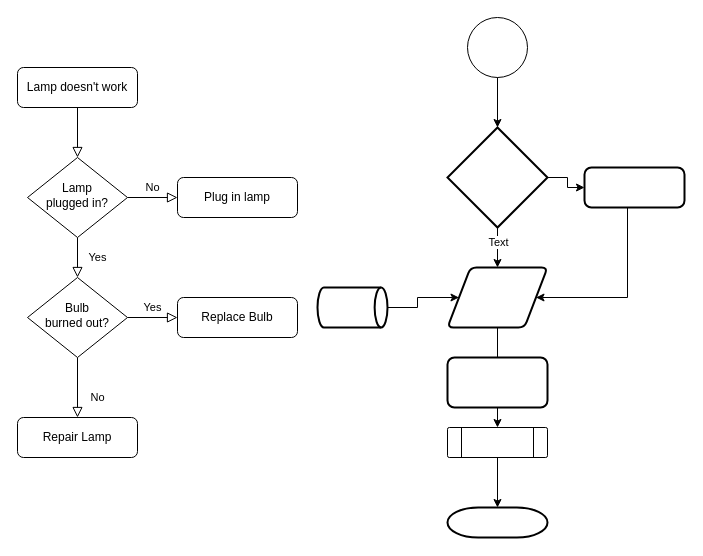
Before: Untitled Diagram.drawio in Sabapathy80/explore-flowcharts, a draw.io diagram. Source tidied: cells renumbered, new cells numbered last; positions are measured from the earlier drawing's top-left corner, leaving out a move shared by most shapes. Both pictures are drawn from the tidied source at 100%, with x=0, y=0 at pixel (17, 17).
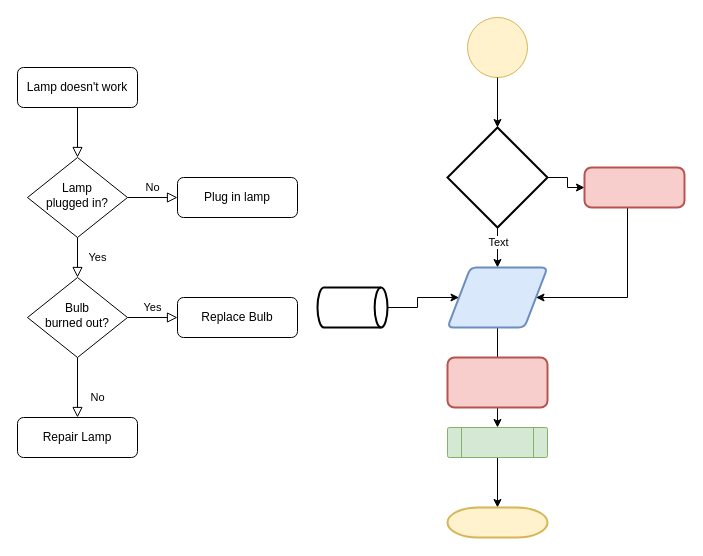
The same page after the edit.

Change to the diagram source:
```diff
@@
-    <mxCell id="13" style="verticalLabelPosition=bottom;verticalAlign=top;html=1;shape=mxgraph.flowchart.on-page_reference;" parent="1" vertex="1">
+    <mxCell id="13" style="verticalLabelPosition=bottom;verticalAlign=top;html=1;shape=mxgraph.flowchart.on-page_reference;fillColor=#fff2cc;strokeColor=#d6b656;" parent="1" vertex="1">
       <mxGeometry x="450" width="60" height="60" as="geometry" />
     </mxCell>
@@
-    <mxCell id="20" style="shape=parallelogram;html=1;strokeWidth=2;perimeter=parallelogramPerimeter;whiteSpace=wrap;rounded=1;arcSize=12;size=0.23;" parent="1" vertex="1">
+    <mxCell id="20" style="shape=parallelogram;html=1;strokeWidth=2;perimeter=parallelogramPerimeter;whiteSpace=wrap;rounded=1;arcSize=12;size=0.23;fillColor=#dae8fc;strokeColor=#6c8ebf;" parent="1" vertex="1">
       <mxGeometry x="430" y="250" width="100" height="60" as="geometry" />
     </mxCell>
@@
-    <mxCell id="24" style="rounded=1;whiteSpace=wrap;html=1;absoluteArcSize=1;arcSize=14;strokeWidth=2;" parent="1" vertex="1">
+    <mxCell id="24" style="rounded=1;whiteSpace=wrap;html=1;absoluteArcSize=1;arcSize=14;strokeWidth=2;fillColor=#f8cecc;strokeColor=#b85450;" parent="1" vertex="1">
       <mxGeometry x="567" y="150" width="100" height="40" as="geometry" />
     </mxCell>
-    <mxCell id="25" style="rounded=1;whiteSpace=wrap;html=1;absoluteArcSize=1;arcSize=14;strokeWidth=2;" parent="1" vertex="1">
+    <mxCell id="25" style="rounded=1;whiteSpace=wrap;html=1;absoluteArcSize=1;arcSize=14;strokeWidth=2;fillColor=#f8cecc;strokeColor=#b85450;" parent="1" vertex="1">
       <mxGeometry x="430" y="340" width="100" height="50" as="geometry" />
     </mxCell>
@@
-    <mxCell id="27" style="verticalLabelPosition=bottom;verticalAlign=top;html=1;shape=process;whiteSpace=wrap;rounded=1;size=0.14;arcSize=6;" parent="1" vertex="1">
+    <mxCell id="27" style="verticalLabelPosition=bottom;verticalAlign=top;html=1;shape=process;whiteSpace=wrap;rounded=1;size=0.14;arcSize=6;fillColor=#d5e8d4;strokeColor=#82b366;" parent="1" vertex="1">
       <mxGeometry x="430" y="410" width="100" height="30" as="geometry" />
     </mxCell>
-    <mxCell id="28" style="strokeWidth=2;html=1;shape=mxgraph.flowchart.terminator;whiteSpace=wrap;" parent="1" vertex="1">
+    <mxCell id="28" style="strokeWidth=2;html=1;shape=mxgraph.flowchart.terminator;whiteSpace=wrap;fillColor=#fff2cc;strokeColor=#d6b656;" parent="1" vertex="1">
       <mxGeometry x="430" y="490" width="100" height="30" as="geometry" />
     </mxCell>
```
